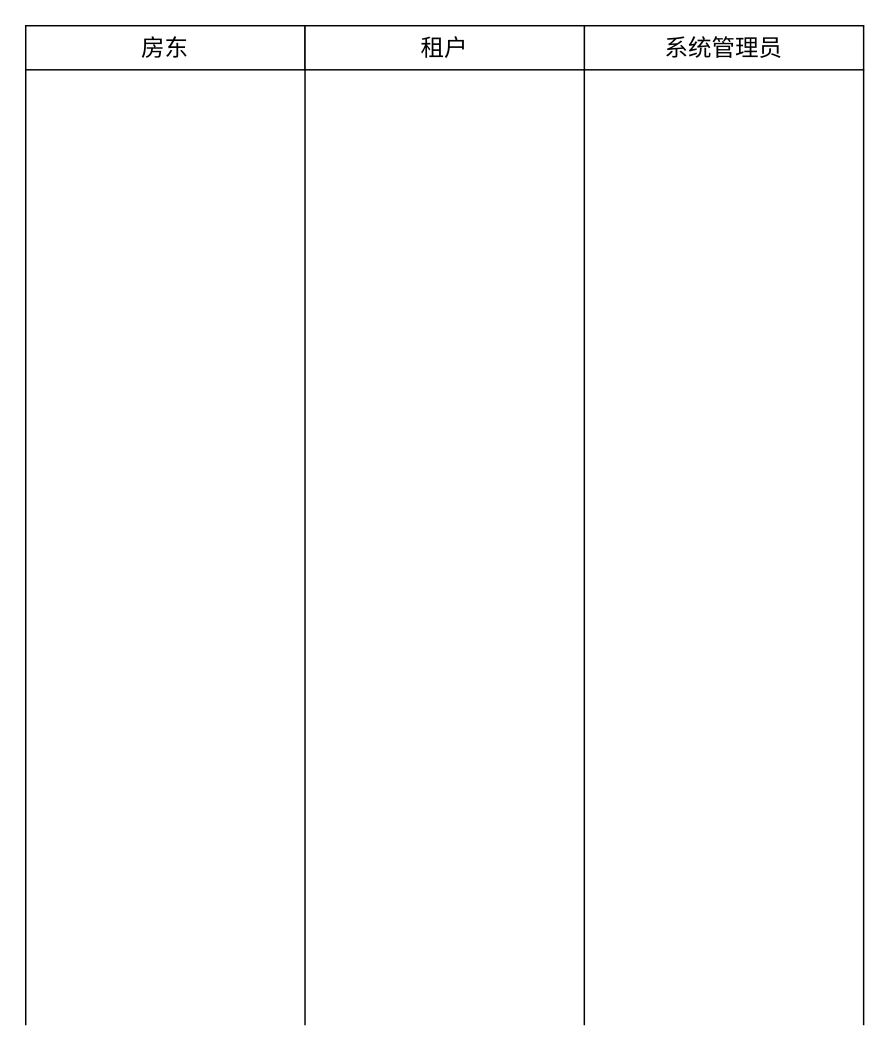
CQUT-yingyan-ZTJ/images keeps this draw.io diagram as page "角色活动图" (2 of 2) of 系统功能列表.drawio. Above is the earlier version. Source tidied: cells renumbered, new cells numbered last; positions are measured from the earlier drawing's top-left corner, leaving out a move shared by most shapes. Both pictures are drawn from the tidied source at 147%, with x=0, y=0 at pixel (25, 25).
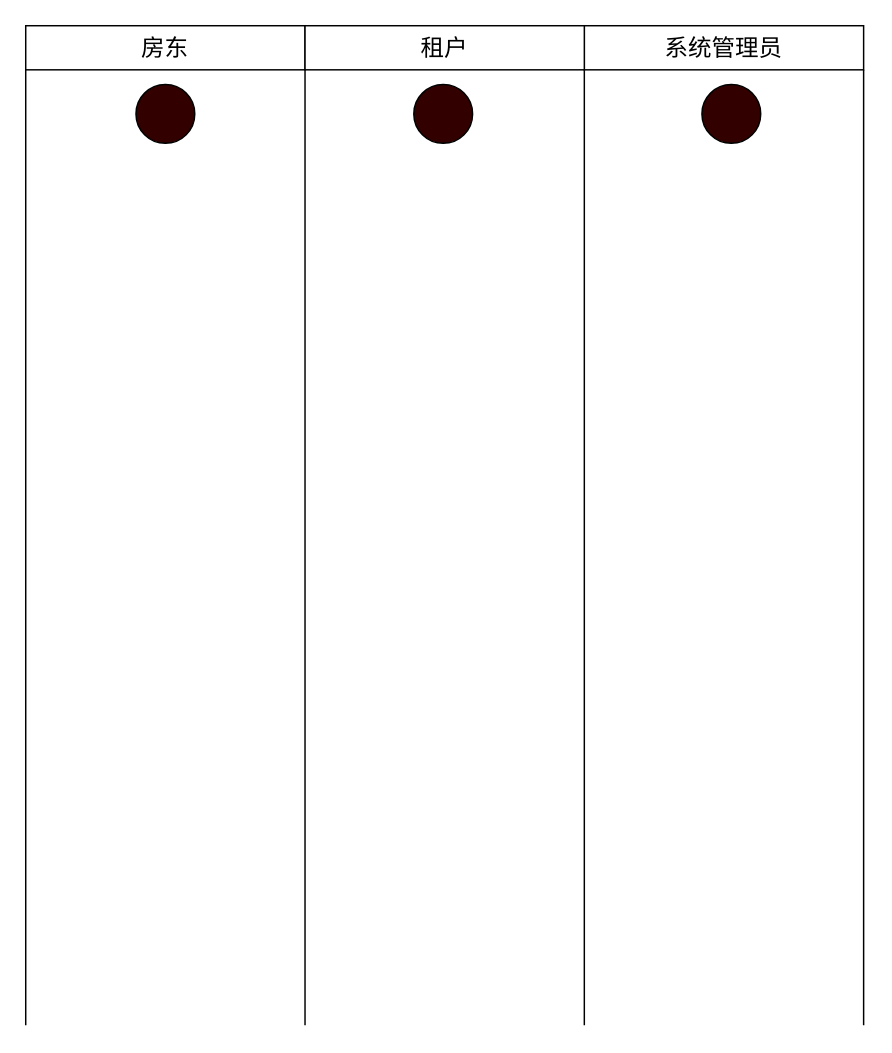
After the change.

Commit message (it also covers changes not shown here):
更新系统功能列表.drawio

Change to the diagram source:
```diff
@@
 <mxGraphModel>
   <root>
     <mxCell id="0" />
     <mxCell id="1" parent="0" />
     <mxCell id="2" style="edgeStyle=orthogonalEdgeStyle;rounded=0;jettySize=auto;html=1;exitX=1;exitY=1;exitDx=0;exitDy=0;endArrow=none;endFill=0;" parent="1" edge="1" source="4">
       <mxGeometry relative="1" as="geometry">
         <mxPoint x="190" y="680" as="targetPoint" />
       </mxGeometry>
     </mxCell>
     <mxCell id="3" style="edgeStyle=orthogonalEdgeStyle;rounded=0;jettySize=auto;html=1;exitX=0;exitY=1;exitDx=0;exitDy=0;endArrow=none;endFill=0;" parent="1" edge="1" source="4">
       <mxGeometry relative="1" as="geometry">
         <mxPoint y="680" as="targetPoint" />
       </mxGeometry>
     </mxCell>
     <mxCell id="4" value="房东" style="rounded=0;whiteSpace=wrap;html=1;fontSize=16;" parent="1" vertex="1">
       <mxGeometry width="190" height="30" as="geometry" />
     </mxCell>
     <mxCell id="5" style="edgeStyle=orthogonalEdgeStyle;rounded=0;jettySize=auto;html=1;exitX=1;exitY=1;exitDx=0;exitDy=0;endArrow=none;endFill=0;" parent="1" edge="1" source="6">
       <mxGeometry relative="1" as="geometry">
         <mxPoint x="570" y="680" as="targetPoint" />
       </mxGeometry>
     </mxCell>
     <mxCell id="6" value="系统管理员" style="rounded=0;whiteSpace=wrap;html=1;fontSize=16;" parent="1" vertex="1">
       <mxGeometry x="380" width="190" height="30" as="geometry" />
     </mxCell>
     <mxCell id="7" style="edgeStyle=orthogonalEdgeStyle;rounded=0;jettySize=auto;html=1;exitX=1;exitY=1;exitDx=0;exitDy=0;endArrow=none;endFill=0;" parent="1" edge="1" source="8">
       <mxGeometry relative="1" as="geometry">
         <mxPoint x="380" y="680" as="targetPoint" />
       </mxGeometry>
     </mxCell>
     <mxCell id="8" value="租户" style="rounded=0;whiteSpace=wrap;html=1;fontSize=16;" parent="1" vertex="1">
       <mxGeometry x="190" width="190" height="30" as="geometry" />
     </mxCell>
+    <mxCell id="9" style="ellipse;whiteSpace=wrap;html=1;fillColor=#330000;" parent="1" vertex="1">
+      <mxGeometry x="75" y="40" width="40" height="40" as="geometry" />
+    </mxCell>
+    <mxCell id="10" style="ellipse;whiteSpace=wrap;html=1;fillColor=#330000;" parent="1" vertex="1">
+      <mxGeometry x="460" y="40" width="40" height="40" as="geometry" />
+    </mxCell>
+    <mxCell id="11" style="ellipse;whiteSpace=wrap;html=1;fillColor=#330000;" parent="1" vertex="1">
+      <mxGeometry x="264" y="40" width="40" height="40" as="geometry" />
+    </mxCell>
   </root>
 </mxGraphModel>
```
